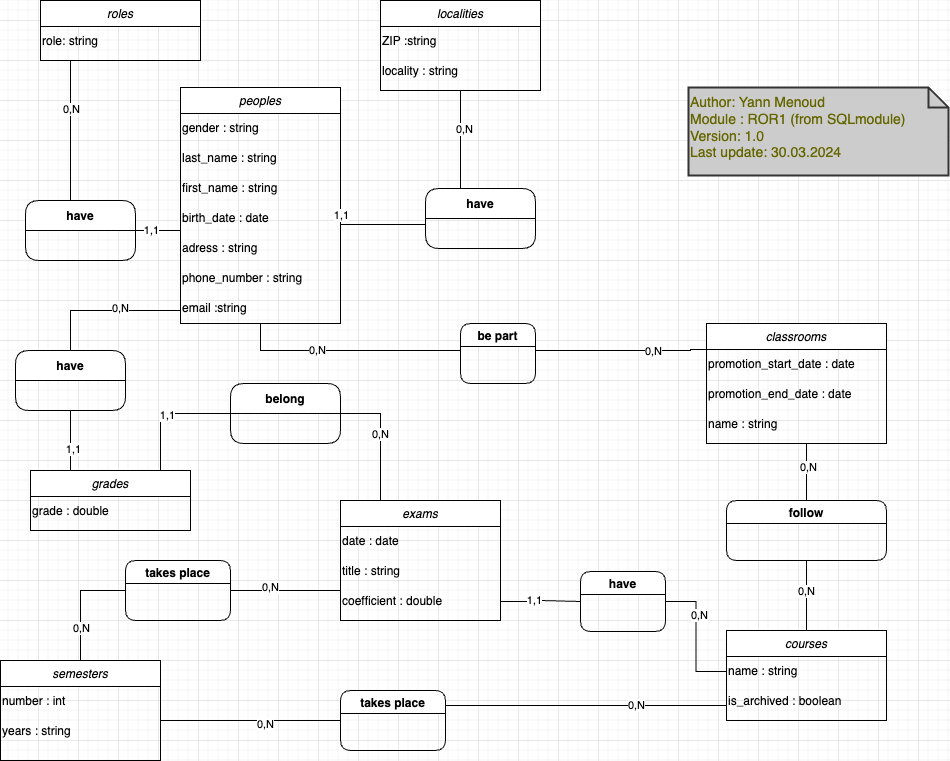
This is docs/MCD.drawio.png from menoudyann/ROR1_Project, a draw.io export, as it was before one commit. Source tidied: cells renumbered, new cells last; positions are measured from the earlier drawing's top-left corner, leaving out a move shared by most shapes. Source of this version:
```xml
<mxGraphModel>
  <root>
    <mxCell id="0" />
    <mxCell id="1" parent="0" />
    <mxCell id="2" style="edgeStyle=orthogonalEdgeStyle;rounded=0;jettySize=auto;html=1;entryX=0;entryY=0.75;entryDx=0;entryDy=0;endArrow=none;endFill=0;" parent="1" edge="1" source="4" target="53">
      <mxGeometry relative="1" as="geometry">
        <Array as="points">
          <mxPoint x="260" y="350" />
          <mxPoint x="460" y="350" />
        </Array>
      </mxGeometry>
    </mxCell>
    <mxCell id="3" value="0,N" style="edgeLabel;html=1;align=center;verticalAlign=middle;" parent="2" vertex="1">
      <mxGeometry x="-0.33" y="1" relative="1" as="geometry" />
    </mxCell>
    <mxCell id="4" value="peoples" style="swimlane;fontStyle=2;align=center;verticalAlign=top;horizontal=1;startSize=26;rounded=0;shadow=0;strokeWidth=1;" parent="1" vertex="1">
      <mxGeometry x="180" y="87" width="160" height="236" as="geometry" />
    </mxCell>
    <mxCell id="5" value="gender : string" style="text;html=1;strokeColor=none;fillColor=none;align=left;verticalAlign=middle;whiteSpace=wrap;rounded=0;" parent="4" vertex="1">
      <mxGeometry y="26" width="160" height="30" as="geometry" />
    </mxCell>
    <mxCell id="6" value="last_name : string" style="text;html=1;strokeColor=none;fillColor=none;align=left;verticalAlign=middle;whiteSpace=wrap;rounded=0;" parent="4" vertex="1">
      <mxGeometry y="56" width="160" height="30" as="geometry" />
    </mxCell>
    <mxCell id="7" value="first_name : string" style="text;html=1;strokeColor=none;fillColor=none;align=left;verticalAlign=middle;whiteSpace=wrap;rounded=0;" parent="4" vertex="1">
      <mxGeometry y="86" width="160" height="30" as="geometry" />
    </mxCell>
    <mxCell id="8" value="birth_date : date" style="text;html=1;strokeColor=none;fillColor=none;align=left;verticalAlign=middle;whiteSpace=wrap;rounded=0;" parent="4" vertex="1">
      <mxGeometry y="116" width="160" height="30" as="geometry" />
    </mxCell>
    <mxCell id="9" value="adress : string" style="text;html=1;strokeColor=none;fillColor=none;align=left;verticalAlign=middle;whiteSpace=wrap;rounded=0;" parent="4" vertex="1">
      <mxGeometry y="146" width="160" height="30" as="geometry" />
    </mxCell>
    <mxCell id="10" value="phone_number : string" style="text;html=1;strokeColor=none;fillColor=none;align=left;verticalAlign=middle;whiteSpace=wrap;rounded=0;" parent="4" vertex="1">
      <mxGeometry y="176" width="160" height="30" as="geometry" />
    </mxCell>
    <mxCell id="11" value="email :string" style="text;html=1;strokeColor=none;fillColor=none;align=left;verticalAlign=middle;whiteSpace=wrap;rounded=0;" parent="4" vertex="1">
      <mxGeometry y="206" width="160" height="30" as="geometry" />
    </mxCell>
    <mxCell id="12" value="courses" style="swimlane;fontStyle=2;align=center;verticalAlign=top;horizontal=1;startSize=26;rounded=0;shadow=0;strokeWidth=1;" parent="1" vertex="1">
      <mxGeometry x="726" y="630" width="160" height="90" as="geometry" />
    </mxCell>
    <mxCell id="13" value="name : string" style="text;html=1;strokeColor=none;fillColor=none;align=left;verticalAlign=middle;whiteSpace=wrap;rounded=0;" parent="12" vertex="1">
      <mxGeometry y="26" width="160" height="30" as="geometry" />
    </mxCell>
    <mxCell id="14" value="is_archived : boolean" style="text;html=1;strokeColor=none;fillColor=none;align=left;verticalAlign=middle;whiteSpace=wrap;rounded=0;" parent="12" vertex="1">
      <mxGeometry y="56" width="160" height="30" as="geometry" />
    </mxCell>
    <mxCell id="15" value="localities" style="swimlane;fontStyle=2;align=center;verticalAlign=top;horizontal=1;startSize=26;rounded=0;shadow=0;strokeWidth=1;" parent="1" vertex="1">
      <mxGeometry x="380" width="160" height="90" as="geometry" />
    </mxCell>
    <mxCell id="16" value="ZIP :string" style="text;html=1;strokeColor=none;fillColor=none;align=left;verticalAlign=middle;whiteSpace=wrap;rounded=0;" parent="15" vertex="1">
      <mxGeometry y="26" width="160" height="30" as="geometry" />
    </mxCell>
    <mxCell id="17" value="locality : string" style="text;html=1;strokeColor=none;fillColor=none;align=left;verticalAlign=middle;whiteSpace=wrap;rounded=0;" parent="15" vertex="1">
      <mxGeometry y="56" width="160" height="30" as="geometry" />
    </mxCell>
    <mxCell id="18" value="semesters" style="swimlane;fontStyle=2;align=center;verticalAlign=top;horizontal=1;startSize=26;rounded=0;shadow=0;strokeWidth=1;" parent="1" vertex="1">
      <mxGeometry y="660" width="160" height="100" as="geometry" />
    </mxCell>
    <mxCell id="19" value="number : int" style="text;html=1;strokeColor=none;fillColor=none;align=left;verticalAlign=middle;whiteSpace=wrap;rounded=0;" parent="18" vertex="1">
      <mxGeometry y="26" width="160" height="30" as="geometry" />
    </mxCell>
    <mxCell id="20" value="years : string" style="text;html=1;strokeColor=none;fillColor=none;align=left;verticalAlign=middle;whiteSpace=wrap;rounded=0;" parent="18" vertex="1">
      <mxGeometry y="56" width="160" height="30" as="geometry" />
    </mxCell>
    <mxCell id="21" value="exams" style="swimlane;fontStyle=2;align=center;verticalAlign=top;horizontal=1;startSize=26;rounded=0;shadow=0;strokeWidth=1;" parent="1" vertex="1">
      <mxGeometry x="340" y="500" width="160" height="120" as="geometry" />
    </mxCell>
    <mxCell id="22" value="date : date" style="text;html=1;strokeColor=none;fillColor=none;align=left;verticalAlign=middle;whiteSpace=wrap;rounded=0;" parent="21" vertex="1">
      <mxGeometry y="26" width="160" height="30" as="geometry" />
    </mxCell>
    <mxCell id="23" value="title : string" style="text;html=1;strokeColor=none;fillColor=none;align=left;verticalAlign=middle;whiteSpace=wrap;rounded=0;" parent="21" vertex="1">
      <mxGeometry y="56" width="160" height="30" as="geometry" />
    </mxCell>
    <mxCell id="24" value="coefficient : double" style="text;html=1;strokeColor=none;fillColor=none;align=left;verticalAlign=middle;whiteSpace=wrap;rounded=0;" parent="21" vertex="1">
      <mxGeometry y="86" width="160" height="30" as="geometry" />
    </mxCell>
    <mxCell id="25" style="edgeStyle=orthogonalEdgeStyle;rounded=0;jettySize=auto;html=1;exitX=1;exitY=0.5;exitDx=0;exitDy=0;entryX=0;entryY=0.5;entryDx=0;entryDy=0;endArrow=none;endFill=0;" parent="1" edge="1" source="27" target="13">
      <mxGeometry relative="1" as="geometry" />
    </mxCell>
    <mxCell id="26" value="0,N" style="edgeLabel;html=1;align=center;verticalAlign=middle;" parent="25" vertex="1">
      <mxGeometry x="-0.34" y="3" relative="1" as="geometry">
        <mxPoint y="1" as="offset" />
      </mxGeometry>
    </mxCell>
    <mxCell id="27" value="have" style="swimlane;rounded=1;" parent="1" vertex="1">
      <mxGeometry x="580" y="571" width="85" height="60" as="geometry" />
    </mxCell>
    <mxCell id="28" value="Author: Yann Menoud&lt;br&gt;Module : ROR1 (from SQLmodule)&lt;br&gt;Version: 1.0&lt;br&gt;Last update: 30.03.2024" style="shape=note;strokeWidth=2;fontSize=14;size=20;whiteSpace=wrap;html=1;fillColor=#CCCCCC;strokeColor=#333333;fontColor=#666600;align=left;verticalAlign=top;" parent="1" vertex="1">
      <mxGeometry x="688" y="87" width="260" height="88" as="geometry" />
    </mxCell>
    <mxCell id="29" style="edgeStyle=orthogonalEdgeStyle;rounded=0;jettySize=auto;html=1;exitX=0.25;exitY=1;exitDx=0;exitDy=0;entryX=0.5;entryY=0;entryDx=0;entryDy=0;endArrow=none;endFill=0;" parent="1" edge="1" source="31">
      <mxGeometry relative="1" as="geometry">
        <mxPoint x="70" y="201" as="targetPoint" />
        <Array as="points">
          <mxPoint x="70" y="60" />
        </Array>
      </mxGeometry>
    </mxCell>
    <mxCell id="30" value="0,N" style="edgeLabel;html=1;align=center;verticalAlign=middle;" parent="29" vertex="1">
      <mxGeometry x="-0.23" relative="1" as="geometry" />
    </mxCell>
    <mxCell id="31" value="roles" style="swimlane;fontStyle=2;align=center;verticalAlign=top;horizontal=1;startSize=26;rounded=0;shadow=0;strokeWidth=1;" parent="1" vertex="1">
      <mxGeometry x="40" width="160" height="60" as="geometry" />
    </mxCell>
    <mxCell id="32" value="role: string" style="text;html=1;strokeColor=none;fillColor=none;align=left;verticalAlign=middle;whiteSpace=wrap;rounded=0;" parent="31" vertex="1">
      <mxGeometry y="26" width="160" height="30" as="geometry" />
    </mxCell>
    <mxCell id="33" style="edgeStyle=orthogonalEdgeStyle;rounded=0;jettySize=auto;html=1;exitX=0.5;exitY=1;exitDx=0;exitDy=0;endArrow=none;endFill=0;" parent="1" edge="1" source="35" target="56">
      <mxGeometry relative="1" as="geometry">
        <Array as="points">
          <mxPoint x="806" y="443" />
        </Array>
      </mxGeometry>
    </mxCell>
    <mxCell id="34" value="0,N" style="edgeLabel;html=1;align=center;verticalAlign=middle;" parent="33" vertex="1">
      <mxGeometry x="-0.01" y="1" relative="1" as="geometry" />
    </mxCell>
    <mxCell id="35" value="classrooms" style="swimlane;fontStyle=2;align=center;verticalAlign=top;horizontal=1;startSize=26;rounded=0;shadow=0;strokeWidth=1;" parent="1" vertex="1">
      <mxGeometry x="706" y="323" width="180" height="120" as="geometry" />
    </mxCell>
    <mxCell id="36" value="promotion_start_date : date" style="text;html=1;strokeColor=none;fillColor=none;align=left;verticalAlign=middle;whiteSpace=wrap;rounded=0;" parent="35" vertex="1">
      <mxGeometry y="26" width="180" height="30" as="geometry" />
    </mxCell>
    <mxCell id="37" value="promotion_end_date : date" style="text;html=1;strokeColor=none;fillColor=none;align=left;verticalAlign=middle;whiteSpace=wrap;rounded=0;" parent="35" vertex="1">
      <mxGeometry y="56" width="180" height="30" as="geometry" />
    </mxCell>
    <mxCell id="38" value="name : string" style="text;html=1;strokeColor=none;fillColor=none;align=left;verticalAlign=middle;whiteSpace=wrap;rounded=0;" parent="35" vertex="1">
      <mxGeometry y="86" width="180" height="30" as="geometry" />
    </mxCell>
    <mxCell id="39" style="edgeStyle=orthogonalEdgeStyle;rounded=0;jettySize=auto;html=1;exitX=0.5;exitY=0;exitDx=0;exitDy=0;entryX=0.5;entryY=1;entryDx=0;entryDy=0;endArrow=none;endFill=0;startArrow=none;" parent="1" edge="1" source="76" target="15">
      <mxGeometry relative="1" as="geometry">
        <Array as="points">
          <mxPoint x="460" y="188" />
        </Array>
      </mxGeometry>
    </mxCell>
    <mxCell id="40" value="0,N" style="edgeLabel;html=1;align=center;verticalAlign=middle;" parent="39" vertex="1">
      <mxGeometry x="0.37" y="-3" relative="1" as="geometry">
        <mxPoint y="1" as="offset" />
      </mxGeometry>
    </mxCell>
    <mxCell id="41" style="edgeStyle=orthogonalEdgeStyle;rounded=0;jettySize=auto;html=1;exitX=1;exitY=0.25;exitDx=0;exitDy=0;entryX=0;entryY=0.5;entryDx=0;entryDy=0;endArrow=none;endFill=0;" parent="1" edge="1" source="7">
      <mxGeometry relative="1" as="geometry">
        <mxPoint x="425" y="220" as="targetPoint" />
        <Array as="points">
          <mxPoint x="425" y="224" />
        </Array>
      </mxGeometry>
    </mxCell>
    <mxCell id="42" value="1,1" style="edgeLabel;html=1;align=center;verticalAlign=middle;" parent="41" vertex="1">
      <mxGeometry x="-0.5" relative="1" as="geometry">
        <mxPoint y="1" as="offset" />
      </mxGeometry>
    </mxCell>
    <mxCell id="43" style="edgeStyle=orthogonalEdgeStyle;rounded=0;jettySize=auto;html=1;exitX=1;exitY=0.5;exitDx=0;exitDy=0;entryX=0;entryY=0.25;entryDx=0;entryDy=0;endArrow=none;endFill=0;" parent="1" edge="1" source="75" target="7">
      <mxGeometry relative="1" as="geometry">
        <Array as="points">
          <mxPoint x="180" y="230" />
        </Array>
      </mxGeometry>
    </mxCell>
    <mxCell id="44" value="1,1" style="edgeLabel;html=1;align=center;verticalAlign=middle;" parent="43" vertex="1">
      <mxGeometry x="-0.69" y="1" relative="1" as="geometry" />
    </mxCell>
    <mxCell id="45" style="edgeStyle=orthogonalEdgeStyle;rounded=0;jettySize=auto;html=1;exitX=0.25;exitY=0;exitDx=0;exitDy=0;endArrow=none;endFill=0;" parent="1" edge="1" source="49">
      <mxGeometry relative="1" as="geometry">
        <mxPoint x="70" y="410" as="targetPoint" />
      </mxGeometry>
    </mxCell>
    <mxCell id="46" value="1,1" style="edgeLabel;html=1;align=center;verticalAlign=middle;" parent="45" vertex="1">
      <mxGeometry x="-0.27" y="-2" relative="1" as="geometry" />
    </mxCell>
    <mxCell id="47" style="edgeStyle=orthogonalEdgeStyle;rounded=0;jettySize=auto;html=1;exitX=1;exitY=0.25;exitDx=0;exitDy=0;entryX=0;entryY=0.5;entryDx=0;entryDy=0;endArrow=none;endFill=0;" parent="1" edge="1" source="49" target="67">
      <mxGeometry relative="1" as="geometry">
        <Array as="points">
          <mxPoint x="160" y="485" />
          <mxPoint x="160" y="413" />
        </Array>
      </mxGeometry>
    </mxCell>
    <mxCell id="48" value="1,1" style="edgeLabel;html=1;align=center;verticalAlign=middle;" parent="47" vertex="1">
      <mxGeometry x="0.26" y="-1" relative="1" as="geometry" />
    </mxCell>
    <mxCell id="49" value="grades" style="swimlane;fontStyle=2;align=center;verticalAlign=top;horizontal=1;startSize=26;rounded=0;shadow=0;strokeWidth=1;" parent="1" vertex="1">
      <mxGeometry x="30" y="470" width="160" height="60" as="geometry" />
    </mxCell>
    <mxCell id="50" value="grade : double" style="text;html=1;strokeColor=none;fillColor=none;align=left;verticalAlign=middle;whiteSpace=wrap;rounded=0;" parent="49" vertex="1">
      <mxGeometry y="26" width="160" height="30" as="geometry" />
    </mxCell>
    <mxCell id="51" style="edgeStyle=orthogonalEdgeStyle;rounded=0;jettySize=auto;html=1;exitX=1;exitY=0.5;exitDx=0;exitDy=0;entryX=0;entryY=0;entryDx=0;entryDy=0;endArrow=none;endFill=0;" parent="1" edge="1" source="53" target="36">
      <mxGeometry relative="1" as="geometry">
        <Array as="points">
          <mxPoint x="535" y="350" />
          <mxPoint x="690" y="350" />
          <mxPoint x="690" y="349" />
        </Array>
      </mxGeometry>
    </mxCell>
    <mxCell id="52" value="0,N" style="edgeLabel;html=1;align=center;verticalAlign=middle;" parent="51" vertex="1">
      <mxGeometry x="0.37" relative="1" as="geometry" />
    </mxCell>
    <mxCell id="53" value="be part" style="swimlane;rounded=1;" parent="1" vertex="1">
      <mxGeometry x="460" y="323" width="75" height="60" as="geometry" />
    </mxCell>
    <mxCell id="54" style="edgeStyle=orthogonalEdgeStyle;rounded=0;jettySize=auto;html=1;exitX=0.5;exitY=1;exitDx=0;exitDy=0;entryX=0.5;entryY=0;entryDx=0;entryDy=0;endArrow=none;endFill=0;" parent="1" edge="1" source="56" target="12">
      <mxGeometry relative="1" as="geometry" />
    </mxCell>
    <mxCell id="55" value="0,N" style="edgeLabel;html=1;align=center;verticalAlign=middle;" parent="54" vertex="1">
      <mxGeometry x="-0.14" y="-1" relative="1" as="geometry" />
    </mxCell>
    <mxCell id="56" value="follow" style="swimlane;rounded=1;" parent="1" vertex="1">
      <mxGeometry x="726" y="500" width="160" height="60" as="geometry" />
    </mxCell>
    <mxCell id="57" style="edgeStyle=orthogonalEdgeStyle;rounded=0;jettySize=auto;html=1;entryX=0;entryY=0.75;entryDx=0;entryDy=0;endArrow=none;endFill=0;" parent="1" edge="1" source="59" target="10">
      <mxGeometry relative="1" as="geometry">
        <Array as="points">
          <mxPoint x="70" y="310" />
          <mxPoint x="180" y="310" />
        </Array>
      </mxGeometry>
    </mxCell>
    <mxCell id="58" value="0,N" style="edgeLabel;html=1;align=center;verticalAlign=middle;" parent="57" vertex="1">
      <mxGeometry x="0.02" y="3" relative="1" as="geometry" />
    </mxCell>
    <mxCell id="59" value="have" style="swimlane;rounded=1;startSize=30;" parent="1" vertex="1">
      <mxGeometry x="15" y="350" width="110" height="60" as="geometry" />
    </mxCell>
    <mxCell id="60" style="edgeStyle=orthogonalEdgeStyle;rounded=0;jettySize=auto;html=1;exitX=1;exitY=0.5;exitDx=0;exitDy=0;entryX=0;entryY=0;entryDx=0;entryDy=0;endArrow=none;endFill=0;" parent="1" edge="1" source="64" target="24">
      <mxGeometry relative="1" as="geometry">
        <Array as="points">
          <mxPoint x="340" y="590" />
        </Array>
      </mxGeometry>
    </mxCell>
    <mxCell id="61" value="0,N" style="edgeLabel;html=1;align=center;verticalAlign=middle;" parent="60" vertex="1">
      <mxGeometry x="-0.32" y="4" relative="1" as="geometry" />
    </mxCell>
    <mxCell id="62" style="edgeStyle=orthogonalEdgeStyle;rounded=0;jettySize=auto;html=1;exitX=0;exitY=0.5;exitDx=0;exitDy=0;endArrow=none;endFill=0;" parent="1" edge="1" source="64" target="18">
      <mxGeometry relative="1" as="geometry" />
    </mxCell>
    <mxCell id="63" value="0,N" style="edgeLabel;html=1;align=center;verticalAlign=middle;" parent="62" vertex="1">
      <mxGeometry x="0.43" relative="1" as="geometry" />
    </mxCell>
    <mxCell id="64" value="takes place" style="swimlane;rounded=1;" parent="1" vertex="1">
      <mxGeometry x="125" y="560" width="105" height="60" as="geometry" />
    </mxCell>
    <mxCell id="65" style="edgeStyle=orthogonalEdgeStyle;rounded=0;jettySize=auto;html=1;exitX=1;exitY=0.5;exitDx=0;exitDy=0;entryX=0.25;entryY=0;entryDx=0;entryDy=0;endArrow=none;endFill=0;" parent="1" edge="1" source="67" target="21">
      <mxGeometry relative="1" as="geometry">
        <Array as="points">
          <mxPoint x="380" y="413" />
        </Array>
      </mxGeometry>
    </mxCell>
    <mxCell id="66" value="0,N" style="edgeLabel;html=1;align=center;verticalAlign=middle;" parent="65" vertex="1">
      <mxGeometry x="-0.06" y="-1" relative="1" as="geometry" />
    </mxCell>
    <mxCell id="67" value="belong" style="swimlane;rounded=1;startSize=30;" parent="1" vertex="1">
      <mxGeometry x="230" y="383" width="110" height="60" as="geometry" />
    </mxCell>
    <mxCell id="68" style="edgeStyle=orthogonalEdgeStyle;rounded=0;jettySize=auto;html=1;entryX=1;entryY=0.75;entryDx=0;entryDy=0;endArrow=none;endFill=0;" parent="1" edge="1" source="72" target="20">
      <mxGeometry relative="1" as="geometry">
        <Array as="points">
          <mxPoint x="160" y="720" />
        </Array>
      </mxGeometry>
    </mxCell>
    <mxCell id="69" value="0,N" style="edgeLabel;html=1;align=center;verticalAlign=middle;" parent="68" vertex="1">
      <mxGeometry x="-0.24" y="3" relative="1" as="geometry" />
    </mxCell>
    <mxCell id="70" style="edgeStyle=orthogonalEdgeStyle;rounded=0;jettySize=auto;html=1;exitX=1;exitY=0.25;exitDx=0;exitDy=0;entryX=0;entryY=0.75;entryDx=0;entryDy=0;endArrow=none;endFill=0;" parent="1" edge="1" source="72" target="14">
      <mxGeometry relative="1" as="geometry">
        <Array as="points">
          <mxPoint x="726" y="705" />
        </Array>
      </mxGeometry>
    </mxCell>
    <mxCell id="71" value="0,N" style="edgeLabel;html=1;align=center;verticalAlign=middle;" parent="70" vertex="1">
      <mxGeometry x="0.33" y="1" relative="1" as="geometry" />
    </mxCell>
    <mxCell id="72" value="takes place" style="swimlane;rounded=1;" parent="1" vertex="1">
      <mxGeometry x="340" y="690" width="105" height="60" as="geometry" />
    </mxCell>
    <mxCell id="73" style="edgeStyle=orthogonalEdgeStyle;rounded=0;jettySize=auto;html=1;exitX=1;exitY=0.5;exitDx=0;exitDy=0;entryX=0;entryY=0.5;entryDx=0;entryDy=0;endArrow=none;endFill=0;" parent="1" edge="1" source="24" target="27">
      <mxGeometry relative="1" as="geometry">
        <Array as="points">
          <mxPoint x="540" y="601" />
          <mxPoint x="540" y="600" />
        </Array>
      </mxGeometry>
    </mxCell>
    <mxCell id="74" value="1,1" style="edgeLabel;html=1;align=center;verticalAlign=middle;" parent="73" vertex="1">
      <mxGeometry x="-0.19" y="2" relative="1" as="geometry" />
    </mxCell>
    <mxCell id="75" value="have" style="swimlane;rounded=1;startSize=30;" parent="1" vertex="1">
      <mxGeometry x="25" y="200" width="110" height="60" as="geometry" />
    </mxCell>
    <mxCell id="76" value="have" style="swimlane;rounded=1;startSize=30;" parent="1" vertex="1">
      <mxGeometry x="425" y="188" width="110" height="60" as="geometry" />
    </mxCell>
  </root>
</mxGraphModel>
```
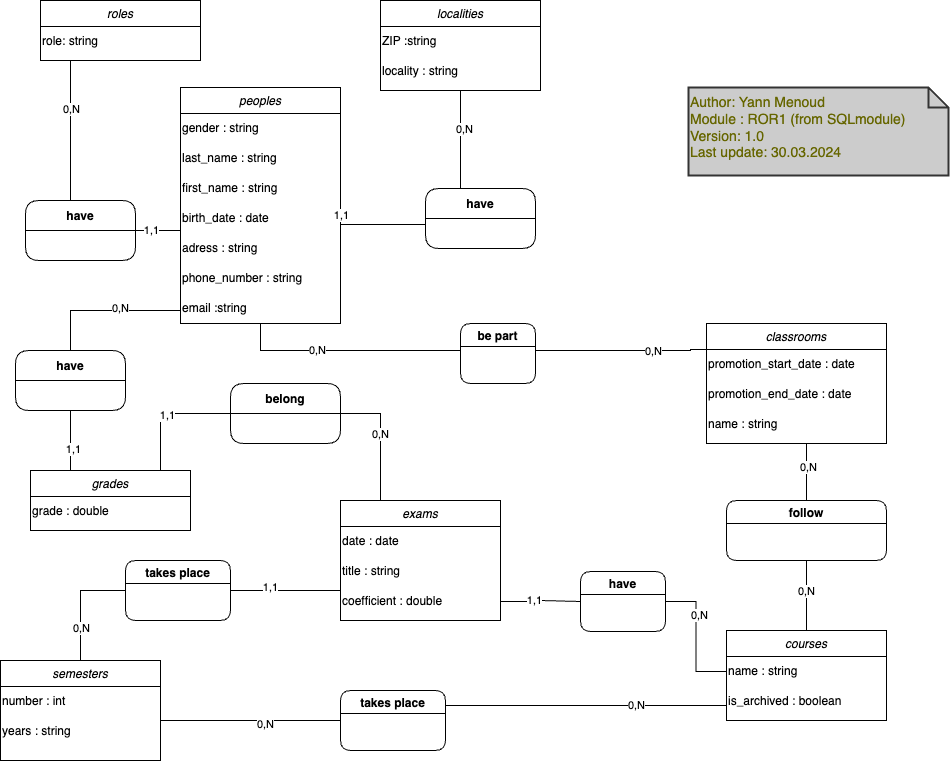
After the change.

Commit message:
upload base schema from module SQL1

The edit, as a diff of the source:
```diff
@@ -234,7 +234,7 @@
         </Array>
       </mxGeometry>
     </mxCell>
-    <mxCell id="61" value="0,N" style="edgeLabel;html=1;align=center;verticalAlign=middle;" parent="60" vertex="1">
+    <mxCell id="61" value="1,1" style="edgeLabel;html=1;align=center;verticalAlign=middle;" parent="60" vertex="1">
       <mxGeometry x="-0.32" y="4" relative="1" as="geometry" />
     </mxCell>
     <mxCell id="62" style="edgeStyle=orthogonalEdgeStyle;rounded=0;jettySize=auto;html=1;exitX=0;exitY=0.5;exitDx=0;exitDy=0;endArrow=none;endFill=0;" parent="1" edge="1" source="64" target="18">
```
